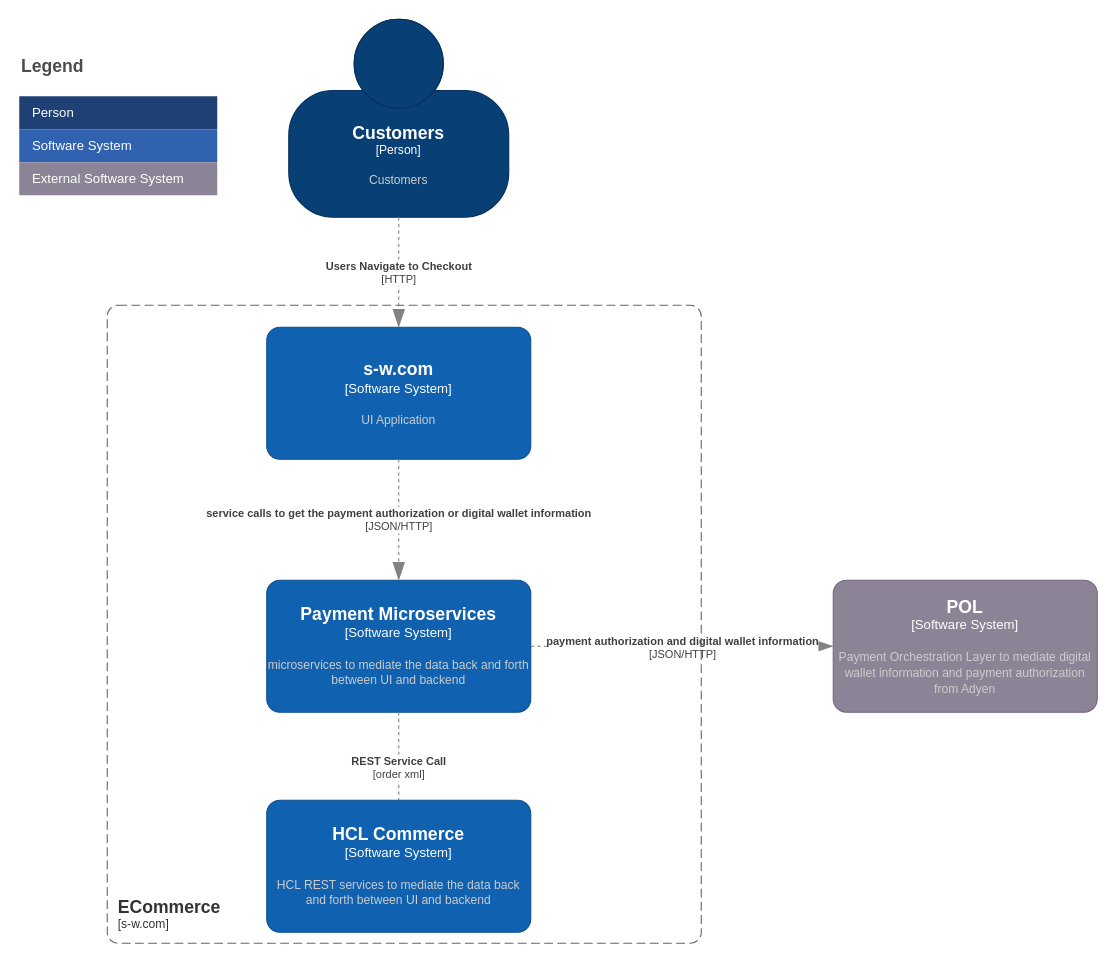
Earlier version of the draw.io diagram Payment Microservice Model Diagram.drawio (mem848/Draw.IO). Source tidied: cells renumbered, new cells numbered last; positions are measured from the earlier drawing's top-left corner, leaving out a move shared by most shapes. Both pictures are drawn from the tidied source at 110%, with x=0, y=0 at pixel (19, 19).
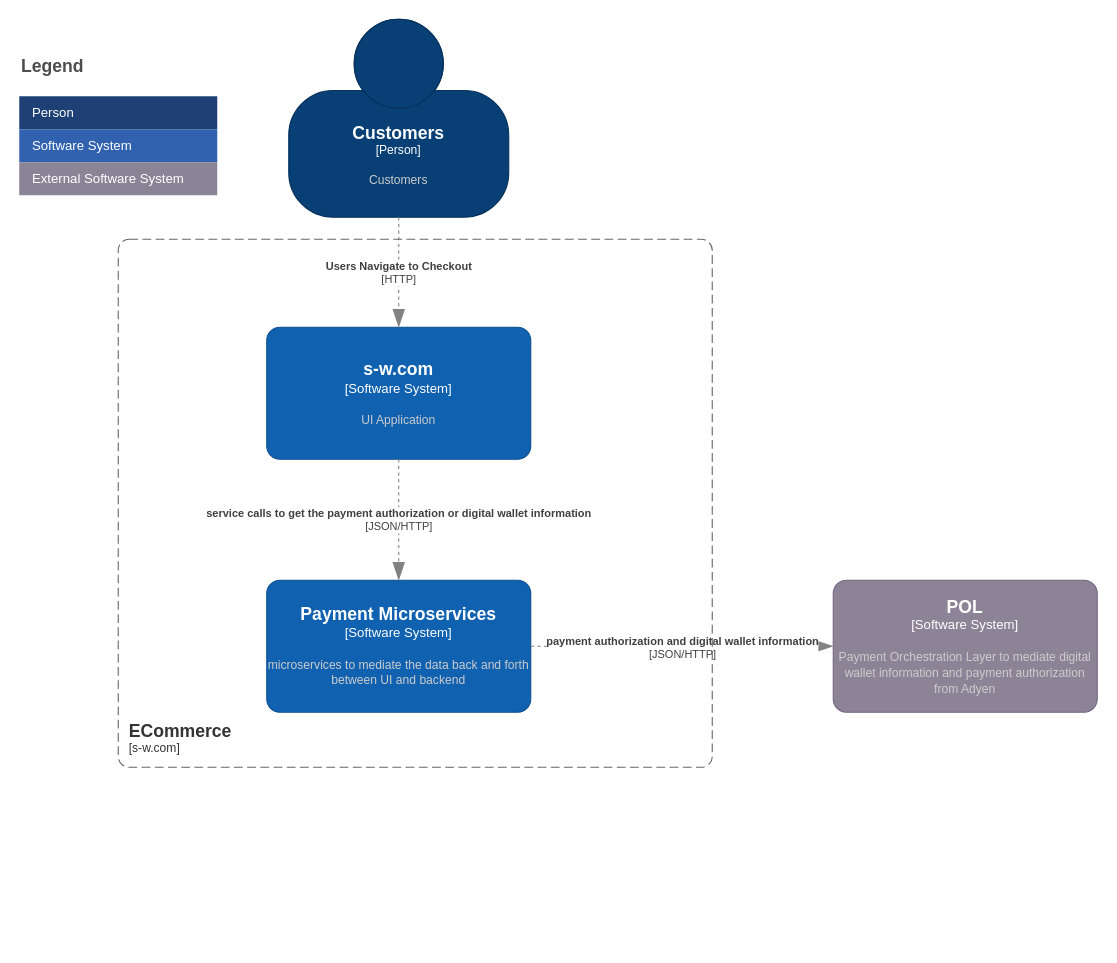
After the change.

The change refers to these unchanged cells:
```xml
<object id="4" label="&lt;font style=&quot;font-size: 16px&quot;&gt;&lt;b&gt;%c4Name%&lt;/b&gt;&lt;/font&gt;&lt;div&gt;[%c4Type%]&lt;/div&gt;&lt;br&gt;&lt;div&gt;&lt;font style=&quot;font-size: 11px&quot;&gt;&lt;font color=&quot;#cccccc&quot;&gt;%c4Description%&lt;/font&gt;&lt;/div&gt;" c4Description="microservices to mediate the data back and forth between UI and backend " c4Name="Payment Microservices" c4Type="Software System" placeholders="1">
  <mxCell style="rounded=1;whiteSpace=wrap;html=1;labelBackgroundColor=none;fillColor=#1061B0;fontColor=#ffffff;align=center;arcSize=10;strokeColor=#0D5091;points=[[0.25,0,0],[0.5,0,0],[0.75,0,0],[1,0.25,0],[1,0.5,0],[1,0.75,0],[0.75,1,0],[0.5,1,0],[0.25,1,0],[0,0.75,0],[0,0.5,0],[0,0.25,0]];" parent="1" vertex="1">
    <mxGeometry x="225" y="510" width="240" height="120" as="geometry" />
  </mxCell>
</object>
```

The edit, as a diff of the source:
```diff
@@
     <object id="8" label="&lt;font style=&quot;font-size: 16px&quot;&gt;&lt;b&gt;&lt;div style=&quot;text-align: left&quot;&gt;%c4Name%&lt;/div&gt;&lt;/b&gt;&lt;/font&gt;&lt;div style=&quot;text-align: left&quot;&gt;[%c4Application%]&lt;/div&gt;" c4Application="s-w.com" c4Name="ECommerce" placeholders="1">
       <mxCell style="rounded=1;fontSize=11;whiteSpace=wrap;html=1;dashed=1;arcSize=20;fillColor=none;strokeColor=#666666;fontColor=#333333;labelBackgroundColor=none;align=left;verticalAlign=bottom;labelBorderColor=none;spacingTop=0;spacing=10;dashPattern=8 4;perimeter=rectanglePerimeter;noLabel=0;labelPadding=0;absoluteArcSize=1;" parent="1" vertex="1">
-        <mxGeometry x="80" y="260" width="540" height="580" as="geometry" />
+        <mxGeometry x="90" y="200" width="540" height="480" as="geometry" />
       </mxCell>
     </object>
-    <object id="9" label="&lt;div style=&quot;text-align: left&quot;&gt;&lt;div style=&quot;text-align: center&quot;&gt;&lt;b&gt;%c4Description%&lt;/b&gt;&lt;/div&gt;&lt;div style=&quot;text-align: center&quot;&gt;[%c4Technology%]&lt;/div&gt;&lt;/div&gt;" c4Description="REST Service Call" c4Technology="order xml" placeholders="1">
-      <mxCell style="endArrow=blockThin;html=1;fontSize=10;fontColor=#404040;strokeWidth=1;endFill=1;strokeColor=#828282;elbow=vertical;endSize=14;startSize=14;jumpStyle=arc;jumpSize=16;rounded=0;edgeStyle=orthogonalEdgeStyle;dashed=1;entryX=0.5;entryY=0;entryDx=0;entryDy=0;entryPerimeter=0;exitX=0.5;exitY=1;exitDx=0;exitDy=0;exitPerimeter=0;" parent="1" edge="1" source="4">
-        <mxGeometry relative="1" as="geometry">
-          <mxPoint x="345" y="730" as="targetPoint" />
-        </mxGeometry>
-      </mxCell>
-    </object>
-    <object id="10" label="&lt;font style=&quot;font-size: 16px&quot;&gt;&lt;b&gt;%c4Name%&lt;/b&gt;&lt;/font&gt;&lt;div&gt;[%c4Type%]&lt;/div&gt;&lt;br&gt;&lt;div&gt;&lt;font style=&quot;font-size: 11px&quot;&gt;&lt;font color=&quot;#cccccc&quot;&gt;%c4Description%&lt;/font&gt;&lt;/div&gt;" c4Description="HCL REST services to mediate the data back and forth between UI and backend " c4Name="HCL Commerce" c4Type="Software System" placeholders="1">
-      <mxCell style="rounded=1;whiteSpace=wrap;html=1;labelBackgroundColor=none;fillColor=#1061B0;fontColor=#ffffff;align=center;arcSize=10;strokeColor=#0D5091;" parent="1" vertex="1">
-        <mxGeometry x="225" y="710" width="240" height="120" as="geometry" />
-      </mxCell>
-    </object>
```
